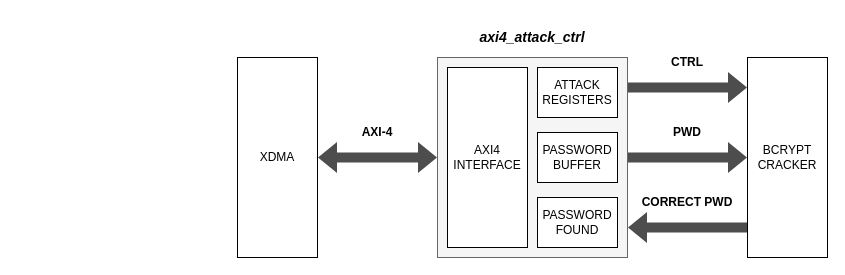
Before: page "top" (1 of 3) of assets/drawio/pcie_communication_protocol.drawio in Djokzer/fpga_bruteforce_attack, a draw.io diagram. Source tidied: cells renumbered, new cells numbered last; positions are measured from the earlier drawing's top-left corner, leaving out a move shared by most shapes. Both pictures are drawn from the tidied source at 100%, with x=0, y=0 at pixel (237, 17).
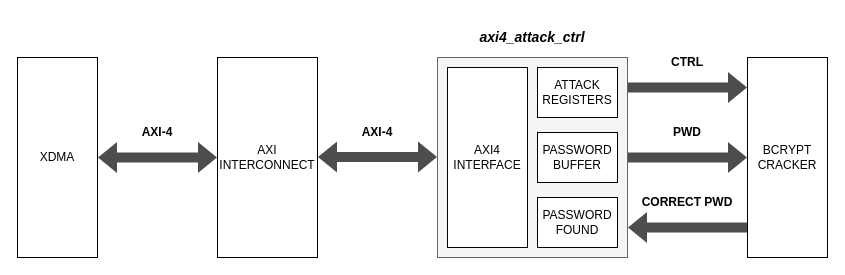
Above is the later version.

Unchanged cells that the change refers to:
```xml
<mxCell id="2" style="rounded=0;whiteSpace=wrap;html=1;fillColor=#f5f5f5;fontColor=#333333;strokeColor=#666666;" parent="1" vertex="1">
  <mxGeometry x="200" y="40" width="190" height="200" as="geometry" />
</mxCell>
```

Change to the diagram source:
```diff
@@
     <mxCell id="3" value="XDMA" style="rounded=0;whiteSpace=wrap;html=1;" parent="1" vertex="1">
-      <mxGeometry y="40" width="80" height="200" as="geometry" />
+      <mxGeometry x="-220" y="40" width="80" height="200" as="geometry" />
     </mxCell>
@@
-    <mxCell id="8" style="shape=flexArrow;endArrow=classic;html=1;rounded=0;exitX=1;exitY=0.5;exitDx=0;exitDy=0;startArrow=block;fillColor=#4D4D4D;strokeColor=none;entryX=0;entryY=0.5;entryDx=0;entryDy=0;" parent="1" edge="1" source="3" target="2">
-      <mxGeometry relative="1" as="geometry" />
+    <mxCell id="8" style="shape=flexArrow;endArrow=classic;html=1;rounded=0;exitX=1;exitY=0.5;exitDx=0;exitDy=0;startArrow=block;fillColor=#4D4D4D;strokeColor=none;entryX=0;entryY=0.5;entryDx=0;entryDy=0;" parent="1" edge="1" source="3">
+      <mxGeometry relative="1" as="geometry">
+        <mxPoint x="-20" y="140" as="targetPoint" />
+      </mxGeometry>
     </mxCell>
     <mxCell id="9" value="AXI-4" style="rounded=0;whiteSpace=wrap;html=1;strokeColor=none;fillColor=none;fontStyle=1;" parent="1" vertex="1">
-      <mxGeometry x="80" y="100" width="120" height="30" as="geometry" />
+      <mxGeometry x="-140" y="100" width="120" height="30" as="geometry" />
     </mxCell>
@@
+    <mxCell id="18" value="&lt;div&gt;AXI&lt;/div&gt;&lt;div&gt;INTERCONNECT&lt;/div&gt;" style="rounded=0;whiteSpace=wrap;html=1;" parent="1" vertex="1">
+      <mxGeometry x="-20" y="40" width="100" height="200" as="geometry" />
+    </mxCell>
+    <mxCell id="19" style="shape=flexArrow;endArrow=classic;html=1;rounded=0;exitX=1;exitY=0.5;exitDx=0;exitDy=0;startArrow=block;fillColor=#4D4D4D;strokeColor=none;entryX=0;entryY=0.5;entryDx=0;entryDy=0;" parent="1" edge="1">
+      <mxGeometry relative="1" as="geometry">
+        <mxPoint x="80" y="139.6" as="sourcePoint" />
+        <mxPoint x="200" y="139.6" as="targetPoint" />
+      </mxGeometry>
+    </mxCell>
+    <mxCell id="20" value="AXI-4" style="rounded=0;whiteSpace=wrap;html=1;strokeColor=none;fillColor=none;fontStyle=1;" parent="1" vertex="1">
+      <mxGeometry x="80" y="100" width="120" height="30" as="geometry" />
+    </mxCell>
```
